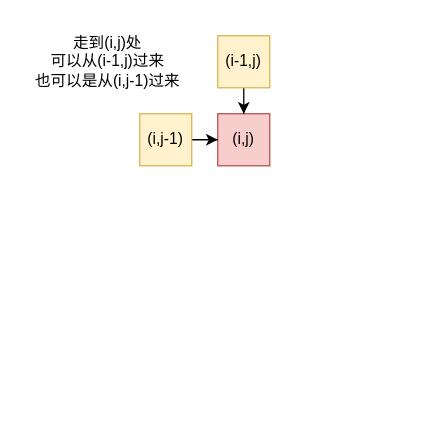
The draw.io diagram 未命名绘图.drawio in liuyx599/leetcode_imgs, before the edit. Source tidied: cells renumbered, new cells numbered last; positions are measured from the earlier drawing's top-left corner, leaving out a move shared by most shapes. Both pictures are drawn from the tidied source at 130%, with x=0, y=0 at pixel (22, 22).
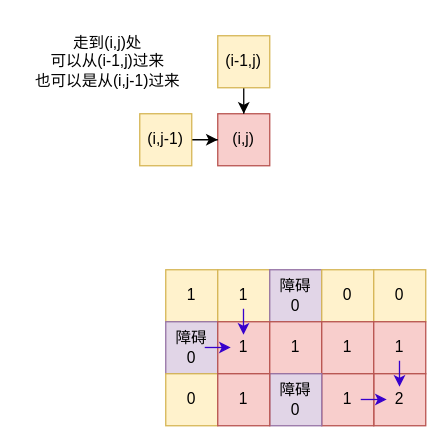
Above is the later version.

The edit, as a diff of the source:
```diff
@@
+    <mxCell id="8" value="1" style="rounded=0;whiteSpace=wrap;html=1;fillColor=#fff2cc;strokeColor=#d6b656;" parent="1" vertex="1">
+      <mxGeometry x="110" y="190" width="40" height="40" as="geometry" />
+    </mxCell>
+    <mxCell id="9" style="edgeStyle=orthogonalEdgeStyle;rounded=0;jettySize=auto;html=1;" parent="1" edge="1" source="10" target="23">
+      <mxGeometry relative="1" as="geometry" />
+    </mxCell>
+    <mxCell id="10" value="1" style="rounded=0;whiteSpace=wrap;html=1;fillColor=#fff2cc;strokeColor=#d6b656;" parent="1" vertex="1">
+      <mxGeometry x="150" y="190" width="40" height="40" as="geometry" />
+    </mxCell>
+    <mxCell id="11" value="障碍&lt;br&gt;0" style="rounded=0;whiteSpace=wrap;html=1;fillColor=#e1d5e7;strokeColor=#9673a6;" parent="1" vertex="1">
+      <mxGeometry x="190" y="190" width="40" height="40" as="geometry" />
+    </mxCell>
+    <mxCell id="12" value="0" style="rounded=0;whiteSpace=wrap;html=1;fillColor=#fff2cc;strokeColor=#d6b656;" parent="1" vertex="1">
+      <mxGeometry x="230" y="190" width="40" height="40" as="geometry" />
+    </mxCell>
+    <mxCell id="13" value="0" style="rounded=0;whiteSpace=wrap;html=1;fillColor=#fff2cc;strokeColor=#d6b656;" parent="1" vertex="1">
+      <mxGeometry x="270" y="190" width="40" height="40" as="geometry" />
+    </mxCell>
+    <mxCell id="14" value="障碍&lt;br&gt;0" style="rounded=0;whiteSpace=wrap;html=1;fillColor=#e1d5e7;strokeColor=#9673a6;" parent="1" vertex="1">
+      <mxGeometry x="110" y="230" width="40" height="40" as="geometry" />
+    </mxCell>
+    <mxCell id="15" value="0" style="rounded=0;whiteSpace=wrap;html=1;fillColor=#fff2cc;strokeColor=#d6b656;" parent="1" vertex="1">
+      <mxGeometry x="110" y="270" width="40" height="40" as="geometry" />
+    </mxCell>
+    <mxCell id="16" value="1" style="rounded=0;whiteSpace=wrap;html=1;fillColor=#f8cecc;strokeColor=#b85450;" parent="1" vertex="1">
+      <mxGeometry x="150" y="230" width="40" height="40" as="geometry" />
+    </mxCell>
+    <mxCell id="17" value="1" style="rounded=0;whiteSpace=wrap;html=1;fillColor=#f8cecc;strokeColor=#b85450;" parent="1" vertex="1">
+      <mxGeometry x="190" y="230" width="40" height="40" as="geometry" />
+    </mxCell>
+    <mxCell id="18" value="1" style="rounded=0;whiteSpace=wrap;html=1;fillColor=#f8cecc;strokeColor=#b85450;" parent="1" vertex="1">
+      <mxGeometry x="230" y="230" width="40" height="40" as="geometry" />
+    </mxCell>
+    <mxCell id="19" value="1" style="rounded=0;whiteSpace=wrap;html=1;fillColor=#f8cecc;strokeColor=#b85450;" parent="1" vertex="1">
+      <mxGeometry x="270" y="230" width="40" height="40" as="geometry" />
+    </mxCell>
+    <mxCell id="20" value="2" style="rounded=0;whiteSpace=wrap;html=1;fillColor=#f8cecc;strokeColor=#b85450;" parent="1" vertex="1">
+      <mxGeometry x="270" y="270" width="40" height="40" as="geometry" />
+    </mxCell>
+    <mxCell id="21" value="1" style="rounded=0;whiteSpace=wrap;html=1;fillColor=#f8cecc;strokeColor=#b85450;" parent="1" vertex="1">
+      <mxGeometry x="230" y="270" width="40" height="40" as="geometry" />
+    </mxCell>
+    <mxCell id="22" value="障碍&lt;br&gt;0" style="rounded=0;whiteSpace=wrap;html=1;fillColor=#e1d5e7;strokeColor=#9673a6;" parent="1" vertex="1">
+      <mxGeometry x="190" y="270" width="40" height="40" as="geometry" />
+    </mxCell>
+    <mxCell id="23" value="1" style="rounded=0;whiteSpace=wrap;html=1;fillColor=#f8cecc;strokeColor=#b85450;" parent="1" vertex="1">
+      <mxGeometry x="150" y="270" width="40" height="40" as="geometry" />
+    </mxCell>
+    <mxCell id="24" style="endArrow=classic;html=1;rounded=0;fillColor=#6a00ff;strokeColor=#3700CC;" parent="1" edge="1">
+      <mxGeometry relative="1" as="geometry">
+        <mxPoint x="169.8" y="220" as="sourcePoint" />
+        <mxPoint x="169.8" y="240" as="targetPoint" />
+      </mxGeometry>
+    </mxCell>
+    <mxCell id="25" style="endArrow=classic;html=1;rounded=0;fillColor=#6a00ff;strokeColor=#3700CC;" parent="1" edge="1">
+      <mxGeometry relative="1" as="geometry">
+        <mxPoint x="140" y="249.8" as="sourcePoint" />
+        <mxPoint x="160" y="249.8" as="targetPoint" />
+      </mxGeometry>
+    </mxCell>
+    <mxCell id="26" style="endArrow=classic;html=1;rounded=0;fillColor=#6a00ff;strokeColor=#3700CC;" parent="1" edge="1">
+      <mxGeometry relative="1" as="geometry">
+        <mxPoint x="260" y="289.8" as="sourcePoint" />
+        <mxPoint x="280" y="289.8" as="targetPoint" />
+      </mxGeometry>
+    </mxCell>
+    <mxCell id="27" style="endArrow=classic;html=1;rounded=0;fillColor=#6a00ff;strokeColor=#3700CC;" parent="1" edge="1">
+      <mxGeometry relative="1" as="geometry">
+        <mxPoint x="289.8" y="260" as="sourcePoint" />
+        <mxPoint x="289.8" y="280" as="targetPoint" />
+      </mxGeometry>
+    </mxCell>
```
